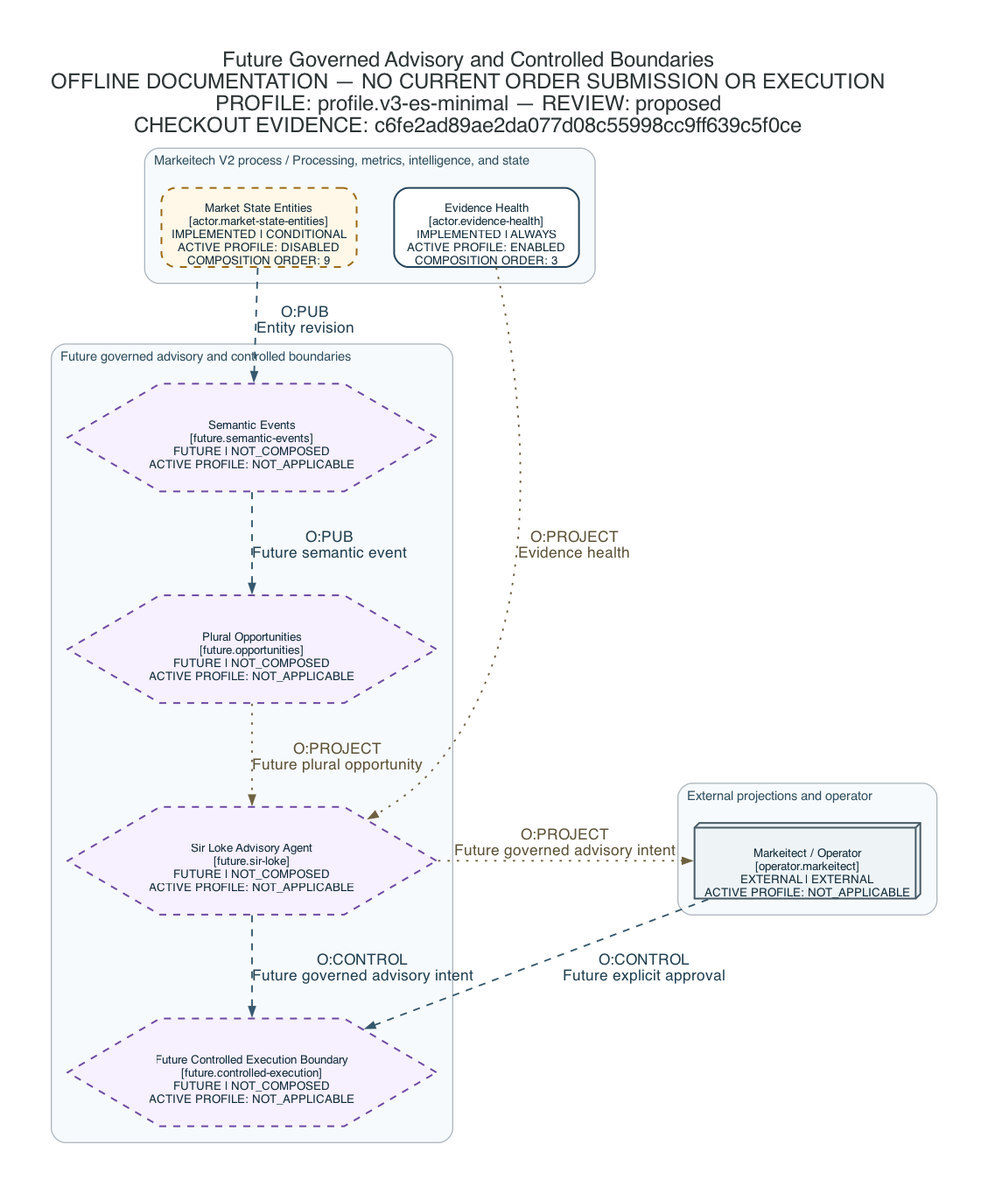
Earlier version of the Graphviz export docs/architecture/generated/system-dataflow/future-governed-boundaries.png (ShriekinNinja/Markeitech_V2). Its source is kept beside it as docs/architecture/generated/system-dataflow/future-governed-boundaries.dot.
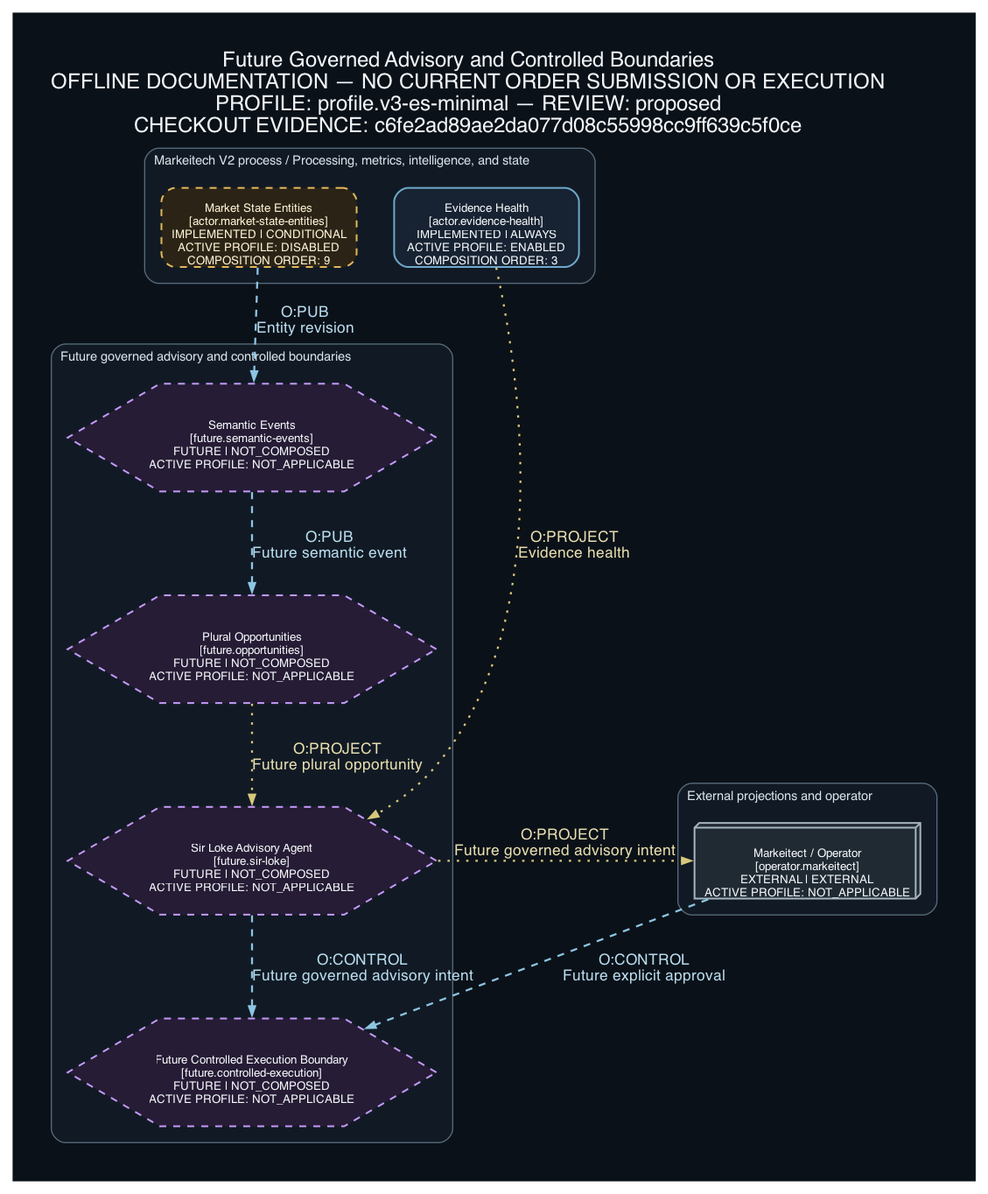
After the change.

What changed in the source:
```diff
@@ -2,63 +2,63 @@
 OFFLINE DOCUMENTATION — NO CURRENT ORDER SUBMISSION OR EXECUTION
 PROFILE: profile.v3-es-minimal — REVIEW: proposed
 CHECKOUT EVIDENCE: c6fe2ad89ae2da077d08c55998cc9ff639c5f0ce" {
-	graph [bgcolor="#FFFFFF" fontcolor="#2D3436" fontname=Helvetica fontsize=18 label="Future Governed Advisory and Controlled Boundaries
+	graph [bgcolor="#0B1118" fontcolor="#F2F6FA" fontname=Helvetica fontsize=18 label="Future Governed Advisory and Controlled Boundaries
 OFFLINE DOCUMENTATION — NO CURRENT ORDER SUBMISSION OR EXECUTION
 PROFILE: profile.v3-es-minimal — REVIEW: proposed
 CHECKOUT EVIDENCE: c6fe2ad89ae2da077d08c55998cc9ff639c5f0ce" labeljust=l labelloc=t margin=0.15 nodesep=0.45 pack=true packmode="graph" pad=0.35 rankdir=TB ranksep=0.85 splines=spline]
-	node [fixedsize=false fontcolor="#2D3436" fontname=Helvetica fontsize=10 height=0.9 imagescale=true labelloc=b margin="0.12,0.08" shape=box style=rounded width=2.2]
-	edge [arrowsize=0.75 color="#7B8894" fontname=Helvetica fontsize=9]
+	node [fixedsize=false fontcolor="#F4F7FA" fontname=Helvetica fontsize=10 height=0.9 imagescale=true labelloc=b margin="0.12,0.08" shape=box style=rounded width=2.2]
+	edge [arrowsize=0.75 color="#8DC5E3" fontcolor="#B9DDF0" fontname=Helvetica fontsize=9]
 	subgraph "cluster_Future governed advisory and controlled boundaries" {
-		graph [bgcolor="#F7FAFC" color="#9DB0BC" fontcolor="#304F60" fontname=Helvetica fontsize=11 id="boundary.future" label="Future governed advisory and controlled boundaries" labeljust=l margin=14 pencolor="#AEB6BE" rankdir=LR shape=box style=rounded]
+		graph [bgcolor="#111A24" color="#566B7D" fontcolor="#D6E2EA" fontname=Helvetica fontsize=11 id="boundary.future" label="Future governed advisory and controlled boundaries" labeljust=l margin=14 pencolor="#566B7D" rankdir=LR shape=box style=rounded]
 		"future.controlled-execution" [label="Future Controlled Execution Boundary
 [future.controlled-execution]
 FUTURE | NOT_COMPOSED
-ACTIVE PROFILE: NOT_APPLICABLE" color="#6D4AA2" fillcolor="#F6F0FF" fontcolor="#102A3A" id="future.controlled-execution" penwidth=1.5 shape=hexagon style="dashed,filled"]
+ACTIVE PROFILE: NOT_APPLICABLE" color="#C49AFA" fillcolor="#261C35" fontcolor="#F4F7FA" id="future.controlled-execution" penwidth=1.5 shape=hexagon style="dashed,filled"]
 		"future.opportunities" [label="Plural Opportunities
 [future.opportunities]
 FUTURE | NOT_COMPOSED
-ACTIVE PROFILE: NOT_APPLICABLE" color="#6D4AA2" fillcolor="#F6F0FF" fontcolor="#102A3A" id="future.opportunities" penwidth=1.5 shape=hexagon style="dashed,filled"]
+ACTIVE PROFILE: NOT_APPLICABLE" color="#C49AFA" fillcolor="#261C35" fontcolor="#F4F7FA" id="future.opportunities" penwidth=1.5 shape=hexagon style="dashed,filled"]
 		"future.semantic-events" [label="Semantic Events
 [future.semantic-events]
 FUTURE | NOT_COMPOSED
-ACTIVE PROFILE: NOT_APPLICABLE" color="#6D4AA2" fillcolor="#F6F0FF" fontcolor="#102A3A" id="future.semantic-events" penwidth=1.5 shape=hexagon style="dashed,filled"]
+ACTIVE PROFILE: NOT_APPLICABLE" color="#C49AFA" fillcolor="#261C35" fontcolor="#F4F7FA" id="future.semantic-events" penwidth=1.5 shape=hexagon style="dashed,filled"]
 		"future.sir-loke" [label="Sir Loke Advisory Agent
 [future.sir-loke]
 FUTURE | NOT_COMPOSED
-ACTIVE PROFILE: NOT_APPLICABLE" color="#6D4AA2" fillcolor="#F6F0FF" fontcolor="#102A3A" id="future.sir-loke" penwidth=1.5 shape=hexagon style="dashed,filled"]
+ACTIVE PROFILE: NOT_APPLICABLE" color="#C49AFA" fillcolor="#261C35" fontcolor="#F4F7FA" id="future.sir-loke" penwidth=1.5 shape=hexagon style="dashed,filled"]
 	}
 	subgraph "cluster_Markeitech V2 process / Processing, metrics, intelligence, and state" {
-		graph [bgcolor="#F7FAFC" color="#9DB0BC" fontcolor="#304F60" fontname=Helvetica fontsize=11 id="boundary.intelligence" label="Markeitech V2 process / Processing, metrics, intelligence, and state" labeljust=l margin=14 pencolor="#AEB6BE" rankdir=LR shape=box style=rounded]
+		graph [bgcolor="#111A24" color="#566B7D" fontcolor="#D6E2EA" fontname=Helvetica fontsize=11 id="boundary.intelligence" label="Markeitech V2 process / Processing, metrics, intelligence, and state" labeljust=l margin=14 pencolor="#566B7D" rankdir=LR shape=box style=rounded]
 		"actor.evidence-health" [label="Evidence Health
 [actor.evidence-health]
 IMPLEMENTED | ALWAYS
 ACTIVE PROFILE: ENABLED
-COMPOSITION ORDER: 3" color="#24445C" fillcolor="#FFFFFF" fontcolor="#102A3A" id="actor.evidence-health" penwidth=1.5 shape=box style="rounded,filled"]
+COMPOSITION ORDER: 3" color="#6FA8CC" fillcolor="#172332" fontcolor="#F4F7FA" id="actor.evidence-health" penwidth=1.5 shape=box style="rounded,filled"]
 		"actor.market-state-entities" [label="Market State Entities
 [actor.market-state-entities]
 IMPLEMENTED | CONDITIONAL
 ACTIVE PROFILE: DISABLED
-COMPOSITION ORDER: 9" color="#9B6B16" fillcolor="#FFF8E8" fontcolor="#102A3A" id="actor.market-state-entities" penwidth=1.5 shape=box style="dashed,rounded,filled"]
+COMPOSITION ORDER: 9" color="#E2B75C" fillcolor="#2B2416" fontcolor="#FFF3D6" id="actor.market-state-entities" penwidth=1.5 shape=box style="dashed,rounded,filled"]
 	}
 	subgraph "cluster_External projections and operator" {
-		graph [bgcolor="#F7FAFC" color="#9DB0BC" fontcolor="#304F60" fontname=Helvetica fontsize=11 id="boundary.projections" label="External projections and operator" labeljust=l margin=14 pencolor="#AEB6BE" rankdir=LR shape=box style=rounded]
+		graph [bgcolor="#111A24" color="#566B7D" fontcolor="#D6E2EA" fontname=Helvetica fontsize=11 id="boundary.projections" label="External projections and operator" labeljust=l margin=14 pencolor="#566B7D" rankdir=LR shape=box style=rounded]
 		"operator.markeitect" [label="Markeitect / Operator
 [operator.markeitect]
 EXTERNAL | EXTERNAL
-ACTIVE PROFILE: NOT_APPLICABLE" color="#475A66" fillcolor="#EEF3F6" fontcolor="#102A3A" id="operator.markeitect" penwidth=1.5 shape=box3d style="rounded,filled"]
+ACTIVE PROFILE: NOT_APPLICABLE" color="#A5B4C0" fillcolor="#202A33" fontcolor="#F4F7FA" id="operator.markeitect" penwidth=1.5 shape=box3d style="rounded,filled"]
 	}
 	"actor.market-state-entities" -> "future.semantic-events" [label="O:PUB
-Entity revision" color="#35586D" dir=forward fontcolor="#203F51" fontname="Sans-Serif" fontsize=13 id="edge.entity-revision-semantic" penwidth=1.4 style=dashed]
+Entity revision" color="#8DC5E3" dir=forward fontcolor="#B9DDF0" fontname="Sans-Serif" fontsize=13 id="edge.entity-revision-semantic" penwidth=1.7 style=dashed]
 	"actor.evidence-health" -> "future.sir-loke" [label="O:PROJECT
-Evidence health" color="#6E6241" dir=forward fontcolor="#5B5136" fontname="Sans-Serif" fontsize=13 id="edge.evidence-sir-loke" penwidth=1.4 style=dotted]
+Evidence health" color="#D7C77B" dir=forward fontcolor="#E8DFAF" fontname="Sans-Serif" fontsize=13 id="edge.evidence-sir-loke" penwidth=1.7 style=dotted]
 	"operator.markeitect" -> "future.controlled-execution" [label="O:CONTROL
-Future explicit approval" color="#35586D" dir=forward fontcolor="#203F51" fontname="Sans-Serif" fontsize=13 id="edge.operator-execution-approval" penwidth=1.4 style=dashed]
+Future explicit approval" color="#8DC5E3" dir=forward fontcolor="#B9DDF0" fontname="Sans-Serif" fontsize=13 id="edge.operator-execution-approval" penwidth=1.7 style=dashed]
 	"future.opportunities" -> "future.sir-loke" [label="O:PROJECT
-Future plural opportunity" color="#6E6241" dir=forward fontcolor="#5B5136" fontname="Sans-Serif" fontsize=13 id="edge.opportunity-sir-loke" penwidth=1.4 style=dotted]
+Future plural opportunity" color="#D7C77B" dir=forward fontcolor="#E8DFAF" fontname="Sans-Serif" fontsize=13 id="edge.opportunity-sir-loke" penwidth=1.7 style=dotted]
 	"future.semantic-events" -> "future.opportunities" [label="O:PUB
-Future semantic event" color="#35586D" dir=forward fontcolor="#203F51" fontname="Sans-Serif" fontsize=13 id="edge.semantic-opportunity" penwidth=1.4 style=dashed]
+Future semantic event" color="#8DC5E3" dir=forward fontcolor="#B9DDF0" fontname="Sans-Serif" fontsize=13 id="edge.semantic-opportunity" penwidth=1.7 style=dashed]
 	"future.sir-loke" -> "future.controlled-execution" [label="O:CONTROL
-Future governed advisory intent" color="#35586D" dir=forward fontcolor="#203F51" fontname="Sans-Serif" fontsize=13 id="edge.sir-loke-execution-intent" penwidth=1.4 style=dashed]
+Future governed advisory intent" color="#8DC5E3" dir=forward fontcolor="#B9DDF0" fontname="Sans-Serif" fontsize=13 id="edge.sir-loke-execution-intent" penwidth=1.7 style=dashed]
 	"future.sir-loke" -> "operator.markeitect" [label="O:PROJECT
-Future governed advisory intent" color="#6E6241" dir=forward fontcolor="#5B5136" fontname="Sans-Serif" fontsize=13 id="edge.sir-loke-operator" penwidth=1.4 style=dotted]
+Future governed advisory intent" color="#D7C77B" dir=forward fontcolor="#E8DFAF" fontname="Sans-Serif" fontsize=13 id="edge.sir-loke-operator" penwidth=1.7 style=dotted]
 }
```
